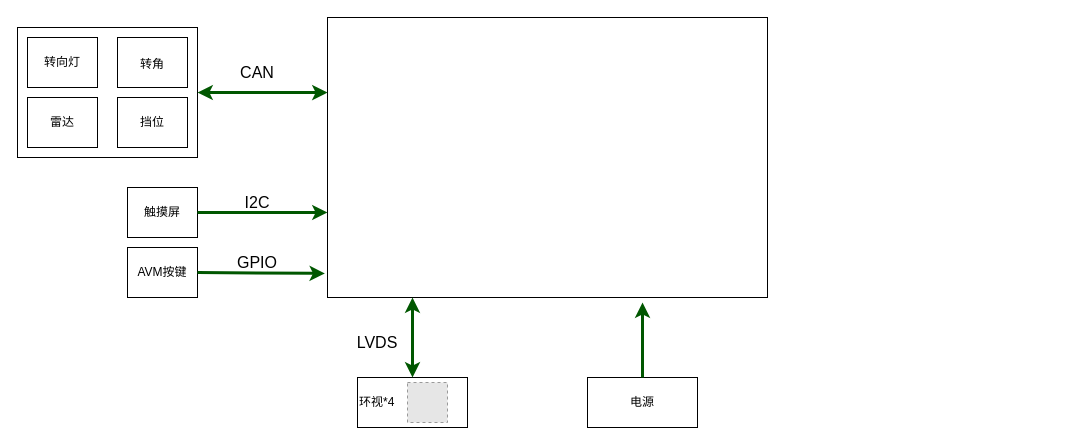
This is page "硬件架构" (2 of 2) of AVM1.0.drawio from bugquella/diagrams, a draw.io file, before an edit. Source tidied: cells renumbered, new cells numbered last; positions are measured from the earlier drawing's top-left corner, leaving out a move shared by most shapes. Both pictures are drawn from the tidied source at 100%, with x=0, y=0 at pixel (17, 17). Pictures stored in the file or linked from it are replaced by grey dashed boxes.
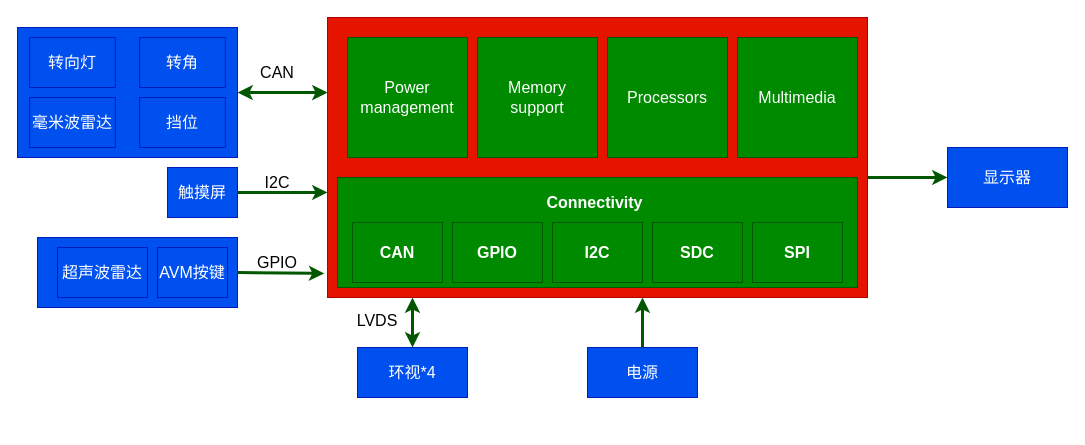
The same page after the edit.

Diff of the diagram source:
```diff
@@
+    <mxCell id="25" style="rounded=0;whiteSpace=wrap;html=1;fillColor=#0050ef;fontColor=#ffffff;strokeColor=#001DBC;" parent="1" vertex="1">
+      <mxGeometry x="20" y="220" width="200" height="70" as="geometry" />
+    </mxCell>
-    <mxCell id="2" value="环视*4" style="rounded=0;whiteSpace=wrap;html=1;fontSize=12;align=left;" parent="1" vertex="1">
-      <mxGeometry x="340" y="360" width="110" height="50" as="geometry" />
+    <mxCell id="2" value="&lt;div align=&quot;center&quot;&gt;&lt;font style=&quot;font-size: 16px&quot;&gt;环视*4&lt;/font&gt;&lt;/div&gt;" style="rounded=0;whiteSpace=wrap;html=1;fontSize=16;align=center;fillColor=#0050ef;strokeColor=#001DBC;fontColor=#ffffff;" parent="1" vertex="1">
+      <mxGeometry x="340" y="330" width="110" height="50" as="geometry" />
     </mxCell>
-    <mxCell id="3" style="fillColor=#E6E6E6;strokeColor=#999999;dashed=1;verticalLabelPosition=bottom;labelBackgroundColor=default;verticalAlign=top;" parent="1" vertex="1">
-      <mxGeometry x="390" y="365" width="40" height="40" as="geometry" />
-    </mxCell>
-    <mxCell id="4" style="rounded=0;whiteSpace=wrap;html=1;fontSize=16;" parent="1" vertex="1">
-      <mxGeometry x="310" width="440" height="280" as="geometry" />
+    <mxCell id="4" style="rounded=0;whiteSpace=wrap;html=1;fontSize=16;fillColor=#e51400;fontColor=#ffffff;strokeColor=#B20000;" parent="1" vertex="1">
+      <mxGeometry x="310" width="540" height="280" as="geometry" />
     </mxCell>
-    <mxCell id="5" value="触摸屏" style="rounded=0;whiteSpace=wrap;html=1;fontSize=12;" parent="1" vertex="1">
-      <mxGeometry x="110" y="170" width="70" height="50" as="geometry" />
+    <mxCell id="5" value="触摸屏" style="rounded=0;whiteSpace=wrap;html=1;fontSize=16;fillColor=#0050ef;fontColor=#ffffff;strokeColor=#001DBC;" parent="1" vertex="1">
+      <mxGeometry x="150" y="150" width="70" height="50" as="geometry" />
     </mxCell>
-    <mxCell id="6" style="group;" parent="1" vertex="1">
-      <mxGeometry y="10" width="180" height="130" as="geometry" />
+    <mxCell id="6" style="group;fontSize=16;fillColor=#0050ef;fontColor=#000000;strokeColor=#001DBC;" parent="1" vertex="1">
+      <mxGeometry y="10" width="220" height="130" as="geometry" />
     </mxCell>
-    <mxCell id="7" style="rounded=0;whiteSpace=wrap;html=1;fontSize=12;" parent="6" vertex="1">
-      <mxGeometry width="180" height="130" as="geometry" />
+    <mxCell id="7" style="rounded=0;whiteSpace=wrap;html=1;fontSize=12;fillColor=#0050ef;fontColor=#ffffff;strokeColor=#001DBC;" parent="6" vertex="1">
+      <mxGeometry width="220" height="130" as="geometry" />
     </mxCell>
-    <mxCell id="8" value="&lt;font style=&quot;font-size: 12px&quot;&gt;转角&lt;/font&gt;" style="rounded=0;whiteSpace=wrap;html=1;fontSize=16;" parent="6" vertex="1">
-      <mxGeometry x="100" y="10" width="70" height="50" as="geometry" />
+    <mxCell id="8" value="&lt;font style=&quot;font-size: 16px&quot;&gt;转角&lt;/font&gt;" style="rounded=0;whiteSpace=wrap;html=1;fontSize=16;fillColor=#0050ef;fontColor=#ffffff;strokeColor=#001DBC;" parent="6" vertex="1">
+      <mxGeometry x="122.2" y="10" width="85.6" height="50" as="geometry" />
     </mxCell>
-    <mxCell id="9" value="挡位" style="rounded=0;whiteSpace=wrap;html=1;fontSize=12;" parent="6" vertex="1">
-      <mxGeometry x="100" y="70" width="70" height="50" as="geometry" />
+    <mxCell id="9" value="挡位" style="rounded=0;whiteSpace=wrap;html=1;fontSize=16;fillColor=#0050ef;fontColor=#ffffff;strokeColor=#001DBC;" parent="6" vertex="1">
+      <mxGeometry x="122.2" y="70" width="85.6" height="50" as="geometry" />
     </mxCell>
-    <mxCell id="10" value="转向灯" style="rounded=0;whiteSpace=wrap;html=1;fontSize=12;" parent="6" vertex="1">
-      <mxGeometry x="10" y="10" width="70" height="50" as="geometry" />
+    <mxCell id="10" value="转向灯" style="rounded=0;whiteSpace=wrap;html=1;fontSize=16;fillColor=#0050ef;fontColor=#ffffff;strokeColor=#001DBC;" parent="6" vertex="1">
+      <mxGeometry x="12.2" y="10" width="85.6" height="50" as="geometry" />
     </mxCell>
-    <mxCell id="11" value="雷达" style="rounded=0;whiteSpace=wrap;html=1;fontSize=12;" parent="6" vertex="1">
-      <mxGeometry x="10" y="70" width="70" height="50" as="geometry" />
+    <mxCell id="11" value="毫米波雷达" style="rounded=0;whiteSpace=wrap;html=1;fontSize=16;fillColor=#0050ef;fontColor=#ffffff;strokeColor=#001DBC;" parent="6" vertex="1">
+      <mxGeometry x="12.2" y="70" width="85.6" height="50" as="geometry" />
     </mxCell>
-    <mxCell id="12" style="group;" parent="1" vertex="1">
-      <mxGeometry x="330" y="280" width="65" height="60" as="geometry" />
-    </mxCell>
-    <mxCell id="13" style="endArrow=classic;startArrow=classic;html=1;rounded=0;fontSize=16;exitX=0.5;exitY=0;exitDx=0;exitDy=0;fillColor=#008a00;strokeColor=#005700;strokeWidth=3;" parent="12" edge="1" source="2">
-      <mxGeometry relative="1" as="geometry">
-        <mxPoint x="65" as="targetPoint" />
-      </mxGeometry>
-    </mxCell>
-    <mxCell id="14" value="LVDS" style="text;html=1;strokeColor=none;fillColor=none;align=center;verticalAlign=middle;whiteSpace=wrap;rounded=0;fontSize=16;" parent="12" vertex="1">
-      <mxGeometry y="30" width="60" height="30" as="geometry" />
-    </mxCell>
-    <mxCell id="15" style="group;" parent="1" vertex="1">
-      <mxGeometry x="210" y="40" width="60" height="30" as="geometry" />
-    </mxCell>
-    <mxCell id="16" style="endArrow=classic;startArrow=classic;html=1;rounded=0;fontSize=16;fillColor=#008a00;strokeColor=#005700;strokeWidth=3;entryX=1;entryY=0.5;entryDx=0;entryDy=0;exitX=0;exitY=0.268;exitDx=0;exitDy=0;exitPerimeter=0;" parent="15" edge="1" source="4" target="7">
-      <mxGeometry relative="1" as="geometry" />
-    </mxCell>
-    <mxCell id="17" value="&lt;font style=&quot;font-size: 16px&quot;&gt;CAN&lt;/font&gt;" style="text;html=1;strokeColor=none;fillColor=none;align=center;verticalAlign=middle;whiteSpace=wrap;rounded=0;fontSize=12;" parent="15" vertex="1">
-      <mxGeometry width="60" height="30" as="geometry" />
-    </mxCell>
     <mxCell id="18" value="I2C" style="text;html=1;strokeColor=none;fillColor=none;align=center;verticalAlign=middle;whiteSpace=wrap;rounded=0;fontSize=16;" parent="1" vertex="1">
-      <mxGeometry x="210" y="170" width="60" height="30" as="geometry" />
+      <mxGeometry x="230" y="150" width="60" height="30" as="geometry" />
     </mxCell>
     <mxCell id="19" style="endArrow=classic;html=1;rounded=0;fontSize=12;strokeWidth=3;exitX=1;exitY=0.5;exitDx=0;exitDy=0;fillColor=#008a00;strokeColor=#005700;" parent="1" edge="1" source="5">
       <mxGeometry relative="1" as="geometry">
-        <mxPoint x="310" y="195" as="targetPoint" />
+        <mxPoint x="310" y="175" as="targetPoint" />
       </mxGeometry>
     </mxCell>
-    <mxCell id="20" value="AVM按键" style="rounded=0;whiteSpace=wrap;html=1;fontSize=12;" parent="1" vertex="1">
-      <mxGeometry x="110" y="230" width="70" height="50" as="geometry" />
+    <mxCell id="20" value="AVM按键" style="rounded=0;whiteSpace=wrap;html=1;fontSize=16;fillColor=#0050ef;fontColor=#ffffff;strokeColor=#001DBC;" parent="1" vertex="1">
+      <mxGeometry x="140" y="230" width="70" height="50" as="geometry" />
     </mxCell>
-    <mxCell id="21" style="endArrow=classic;html=1;rounded=0;fontSize=12;strokeWidth=3;exitX=1;exitY=0.5;exitDx=0;exitDy=0;fillColor=#008a00;strokeColor=#005700;entryX=-0.006;entryY=0.914;entryDx=0;entryDy=0;entryPerimeter=0;" parent="1" edge="1" source="20" target="4">
+    <mxCell id="21" style="endArrow=classic;html=1;rounded=0;fontSize=12;strokeWidth=3;fillColor=#008a00;strokeColor=#005700;entryX=-0.006;entryY=0.914;entryDx=0;entryDy=0;entryPerimeter=0;exitX=1;exitY=0.5;exitDx=0;exitDy=0;" parent="1" edge="1" source="25" target="4">
       <mxGeometry relative="1" as="geometry" />
     </mxCell>
     <mxCell id="22" value="GPIO" style="text;html=1;strokeColor=none;fillColor=none;align=center;verticalAlign=middle;whiteSpace=wrap;rounded=0;fontSize=16;" parent="1" vertex="1">
-      <mxGeometry x="210" y="230" width="60" height="30" as="geometry" />
+      <mxGeometry x="230" y="230" width="60" height="30" as="geometry" />
     </mxCell>
-    <mxCell id="23" value="电源" style="rounded=0;whiteSpace=wrap;html=1;fontSize=12;align=center;" parent="1" vertex="1">
-      <mxGeometry x="570" y="360" width="110" height="50" as="geometry" />
+    <mxCell id="23" value="电源" style="rounded=0;whiteSpace=wrap;html=1;fontSize=16;align=center;fillColor=#0050ef;fontColor=#ffffff;strokeColor=#001DBC;" parent="1" vertex="1">
+      <mxGeometry x="570" y="330" width="110" height="50" as="geometry" />
     </mxCell>
-    <mxCell id="24" style="endArrow=classic;html=1;rounded=0;fontSize=12;strokeWidth=3;exitX=0.5;exitY=0;exitDx=0;exitDy=0;fillColor=#008a00;strokeColor=#005700;entryX=0.716;entryY=1.018;entryDx=0;entryDy=0;entryPerimeter=0;" parent="1" edge="1" source="23" target="4">
-      <mxGeometry relative="1" as="geometry" />
+    <mxCell id="24" style="endArrow=classic;html=1;rounded=0;fontSize=12;strokeWidth=3;exitX=0.5;exitY=0;exitDx=0;exitDy=0;fillColor=#008a00;strokeColor=#005700;" parent="1" edge="1" source="23">
+      <mxGeometry relative="1" as="geometry">
+        <mxPoint x="625" y="280" as="targetPoint" />
+      </mxGeometry>
     </mxCell>
+    <mxCell id="26" value="超声波雷达" style="rounded=0;whiteSpace=wrap;html=1;fontSize=16;fillColor=#0050ef;fontColor=#ffffff;strokeColor=#001DBC;" parent="1" vertex="1">
+      <mxGeometry x="40" y="230" width="90" height="50" as="geometry" />
+    </mxCell>
+    <mxCell id="27" value="显示器" style="rounded=0;whiteSpace=wrap;html=1;fontSize=16;fillColor=#0050ef;fontColor=#ffffff;strokeColor=#001DBC;" parent="1" vertex="1">
+      <mxGeometry x="930" y="130" width="120" height="60" as="geometry" />
+    </mxCell>
+    <mxCell id="28" style="group;fontSize=16;fillColor=#008a00;fontColor=#ffffff;strokeColor=#005700;" parent="1" vertex="1">
+      <mxGeometry x="320" y="160" width="520" height="110" as="geometry" />
+    </mxCell>
+    <mxCell id="29" style="group;fillColor=#fad7ac;strokeColor=#b46504;fontColor=#000000;" parent="28" vertex="1">
+      <mxGeometry width="520" height="110" as="geometry" />
+    </mxCell>
+    <mxCell id="30" style="rounded=0;whiteSpace=wrap;html=1;strokeColor=#005700;fillColor=#008a00;fontColor=#ffffff;" parent="28" vertex="1">
+      <mxGeometry width="520" height="110" as="geometry" />
+    </mxCell>
+    <mxCell id="31" value="GPIO" style="rounded=0;whiteSpace=wrap;html=1;fillColor=#008a00;strokeColor=#005700;fontStyle=1;fontSize=16;fontColor=#ffffff;" parent="28" vertex="1">
+      <mxGeometry x="115" y="45" width="90" height="60" as="geometry" />
+    </mxCell>
+    <mxCell id="32" value="I2C" style="rounded=0;whiteSpace=wrap;html=1;fillColor=#008a00;strokeColor=#005700;fontStyle=1;fontSize=16;fontColor=#ffffff;" parent="28" vertex="1">
+      <mxGeometry x="215" y="45" width="90" height="60" as="geometry" />
+    </mxCell>
+    <mxCell id="33" value="SDC" style="rounded=0;whiteSpace=wrap;html=1;fillColor=#008a00;strokeColor=#005700;fontStyle=1;fontSize=16;fontColor=#ffffff;" parent="28" vertex="1">
+      <mxGeometry x="315" y="45" width="90" height="60" as="geometry" />
+    </mxCell>
+    <mxCell id="34" value="SPI" style="rounded=0;whiteSpace=wrap;html=1;fillColor=#008a00;strokeColor=#005700;fontStyle=1;fontSize=16;fontColor=#ffffff;" parent="28" vertex="1">
+      <mxGeometry x="415" y="45" width="90" height="60" as="geometry" />
+    </mxCell>
+    <mxCell id="35" value="CAN" style="rounded=0;whiteSpace=wrap;html=1;fillColor=#008a00;strokeColor=#005700;fontStyle=1;fontSize=16;fontColor=#ffffff;" parent="28" vertex="1">
+      <mxGeometry x="15" y="45" width="90" height="60" as="geometry" />
+    </mxCell>
+    <mxCell id="36" value="&lt;font color=&quot;#FFFFFF&quot;&gt;&lt;b&gt;&lt;font style=&quot;font-size: 16px&quot;&gt;Connectivity&lt;/font&gt;&lt;/b&gt;&lt;/font&gt;" style="text;html=1;strokeColor=none;fillColor=none;align=center;verticalAlign=middle;whiteSpace=wrap;rounded=0;fontColor=#000000;" parent="28" vertex="1">
+      <mxGeometry x="200" y="10" width="115" height="30" as="geometry" />
+    </mxCell>
+    <mxCell id="37" value="Multimedia" style="rounded=0;whiteSpace=wrap;html=1;fontSize=16;strokeColor=#005700;fillColor=#008a00;fontColor=#ffffff;" parent="1" vertex="1">
+      <mxGeometry x="720" y="20" width="120" height="120" as="geometry" />
+    </mxCell>
+    <mxCell id="38" value="Processors" style="rounded=0;whiteSpace=wrap;html=1;fontSize=16;strokeColor=#005700;fillColor=#008a00;fontColor=#ffffff;" parent="1" vertex="1">
+      <mxGeometry x="590" y="20" width="120" height="120" as="geometry" />
+    </mxCell>
+    <mxCell id="39" value="Memory &lt;br&gt;support" style="rounded=0;whiteSpace=wrap;html=1;fontSize=16;strokeColor=#005700;fillColor=#008a00;fontColor=#ffffff;" parent="1" vertex="1">
+      <mxGeometry x="460" y="20" width="120" height="120" as="geometry" />
+    </mxCell>
+    <mxCell id="40" value="Power management" style="rounded=0;whiteSpace=wrap;html=1;fontSize=16;strokeColor=#005700;fillColor=#008a00;fontColor=#ffffff;" parent="1" vertex="1">
+      <mxGeometry x="330" y="20" width="120" height="120" as="geometry" />
+    </mxCell>
+    <mxCell id="41" style="endArrow=classic;html=1;rounded=0;fontSize=12;strokeWidth=3;fillColor=#008a00;strokeColor=#005700;entryX=0;entryY=0.5;entryDx=0;entryDy=0;" parent="1" edge="1" target="27">
+      <mxGeometry relative="1" as="geometry">
+        <mxPoint x="850" y="160" as="sourcePoint" />
+      </mxGeometry>
+    </mxCell>
+    <mxCell id="16" style="endArrow=classic;startArrow=classic;html=1;rounded=0;fontSize=16;fillColor=#008a00;strokeColor=#005700;strokeWidth=3;entryX=1;entryY=0.5;entryDx=0;entryDy=0;exitX=0;exitY=0.268;exitDx=0;exitDy=0;exitPerimeter=0;" parent="1" edge="1" source="4" target="7">
+      <mxGeometry relative="1" as="geometry" />
+    </mxCell>
+    <mxCell id="17" value="&lt;font style=&quot;font-size: 16px&quot;&gt;CAN&lt;/font&gt;" style="text;html=1;strokeColor=none;fillColor=none;align=center;verticalAlign=middle;whiteSpace=wrap;rounded=0;fontSize=12;" parent="1" vertex="1">
+      <mxGeometry x="230" y="40" width="60" height="30" as="geometry" />
+    </mxCell>
+    <mxCell id="13" style="endArrow=classic;startArrow=classic;html=1;rounded=0;fontSize=16;exitX=0.5;exitY=0;exitDx=0;exitDy=0;fillColor=#008a00;strokeColor=#005700;strokeWidth=3;" parent="1" edge="1" source="2">
+      <mxGeometry relative="1" as="geometry">
+        <mxPoint x="395" y="280" as="targetPoint" />
+      </mxGeometry>
+    </mxCell>
+    <mxCell id="14" value="LVDS" style="text;html=1;strokeColor=none;fillColor=none;align=center;verticalAlign=middle;whiteSpace=wrap;rounded=0;fontSize=16;" parent="1" vertex="1">
+      <mxGeometry x="330" y="290" width="60" height="25" as="geometry" />
+    </mxCell>
```
